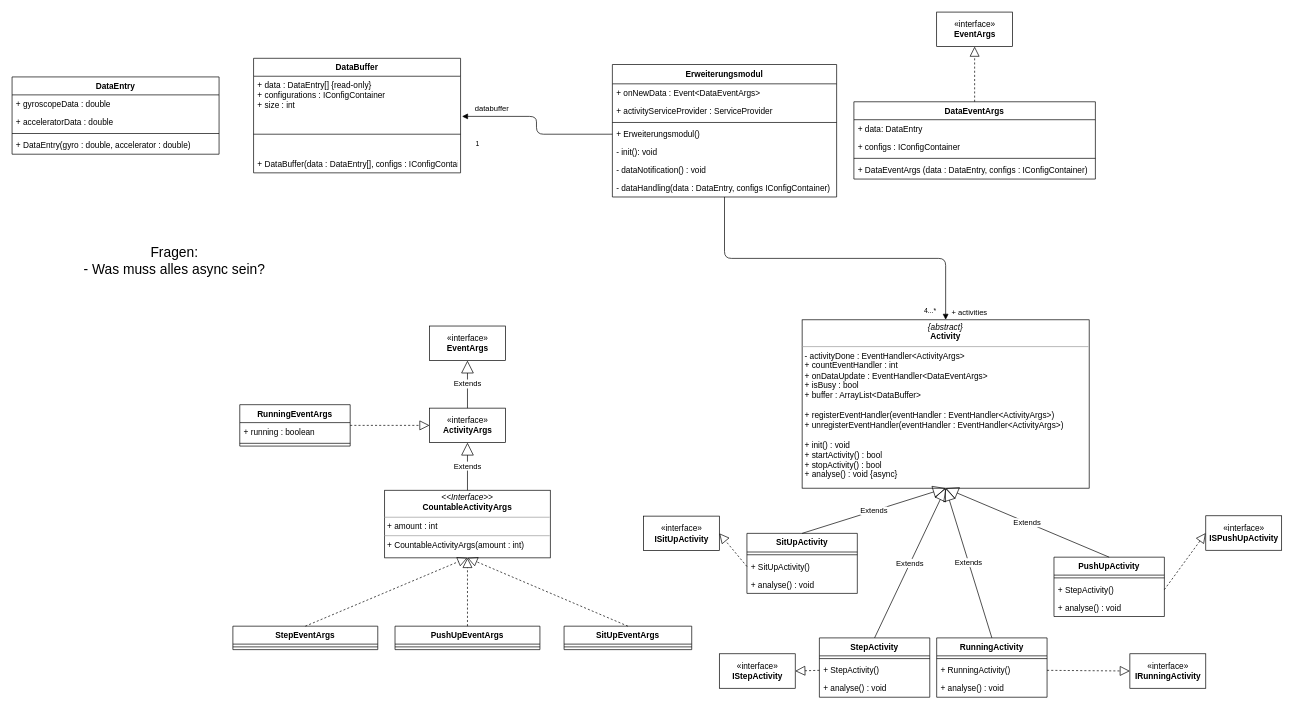
vlle1/dokumente-earablesKIT keeps this draw.io diagram as Entwurf/Erweiterungsmodul_Benni_1.0.drawio. Above is the earlier version. Source tidied: cells renumbered, new cells numbered last; positions are measured from the earlier drawing's top-left corner, leaving out a move shared by most shapes. Both pictures are drawn from the tidied source at 69%, with x=0, y=0 at pixel (12, 12).
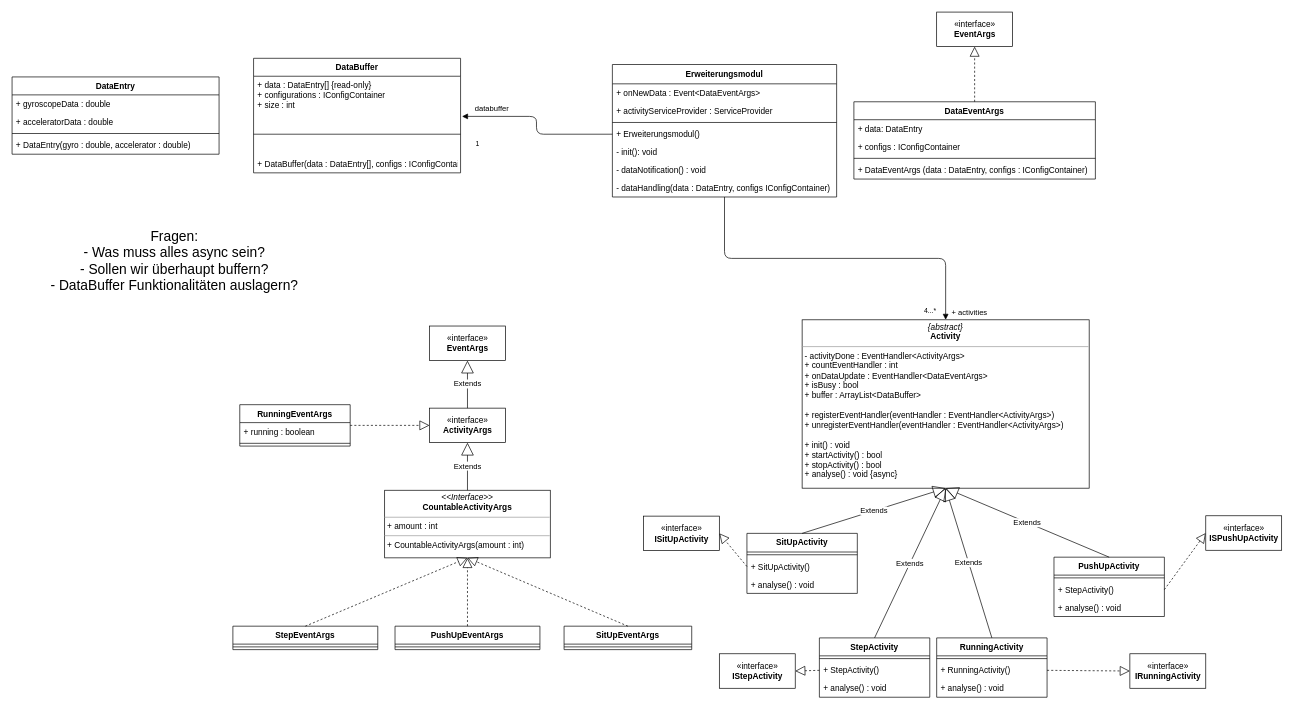
Above is the later version.

Commit message:
Fragen zum Entwurf

The edit, as a diff of the source:
```diff
@@
-    <mxCell id="69" value="&lt;font style=&quot;font-size: 20px&quot;&gt;Fragen:&lt;br&gt;- Was muss alles async sein?&lt;br&gt;&lt;/font&gt;" style="text;html=1;align=center;verticalAlign=middle;" parent="1" vertex="1">
-      <mxGeometry x="95" y="340" width="280" height="40" as="geometry" />
+    <mxCell id="69" value="&lt;font style=&quot;font-size: 20px&quot;&gt;Fragen:&lt;br&gt;- Was muss alles async sein?&lt;br&gt;- Sollen wir überhaupt buffern?&lt;br&gt;- DataBuffer Funktionalitäten auslagern?&lt;br&gt;&lt;/font&gt;" style="text;html=1;align=center;verticalAlign=middle;" parent="1" vertex="1">
+      <mxGeometry x="50" y="325" width="370" height="70" as="geometry" />
     </mxCell>
```
